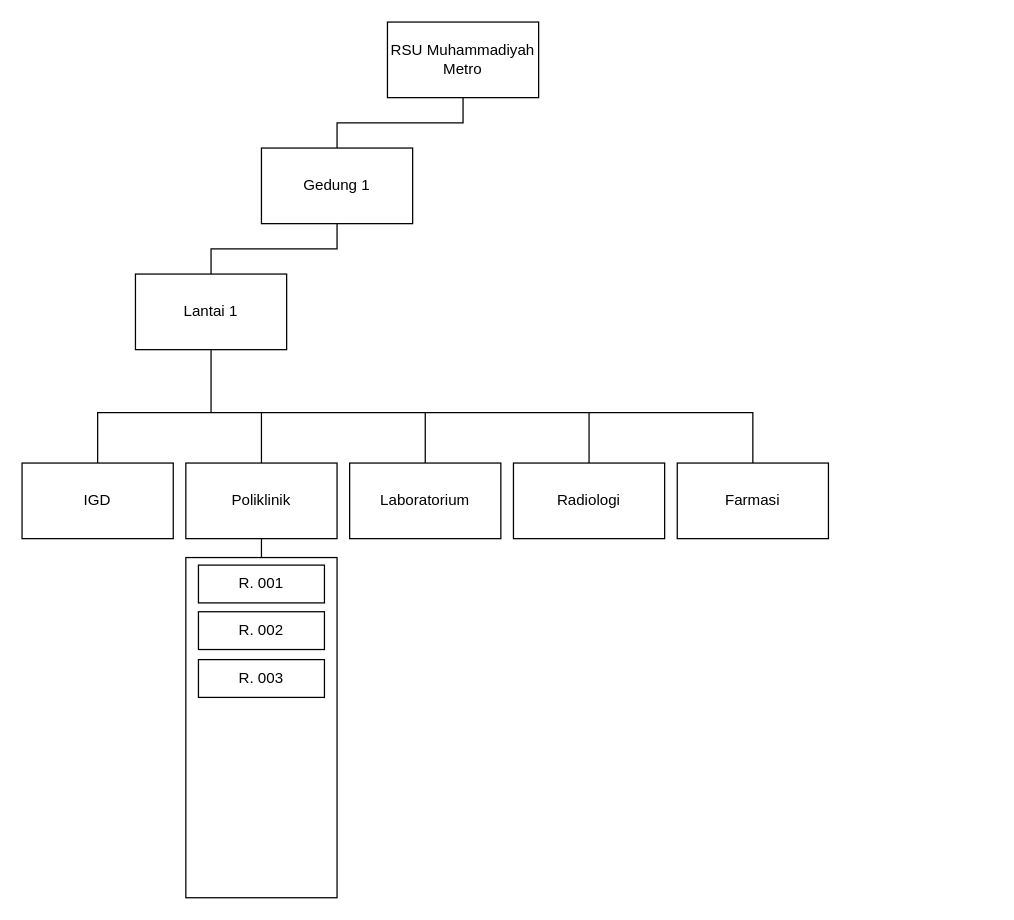
rezaandreannn/bridging-ss keeps this draw.io diagram as page "location" (2 of 2) of organization.drawio. Above is the earlier version. Source tidied: cells renumbered, new cells numbered last; positions are measured from the earlier drawing's top-left corner, leaving out a move shared by most shapes. Both pictures are drawn from the tidied source at 126%, with x=0, y=0 at pixel (21, 21).
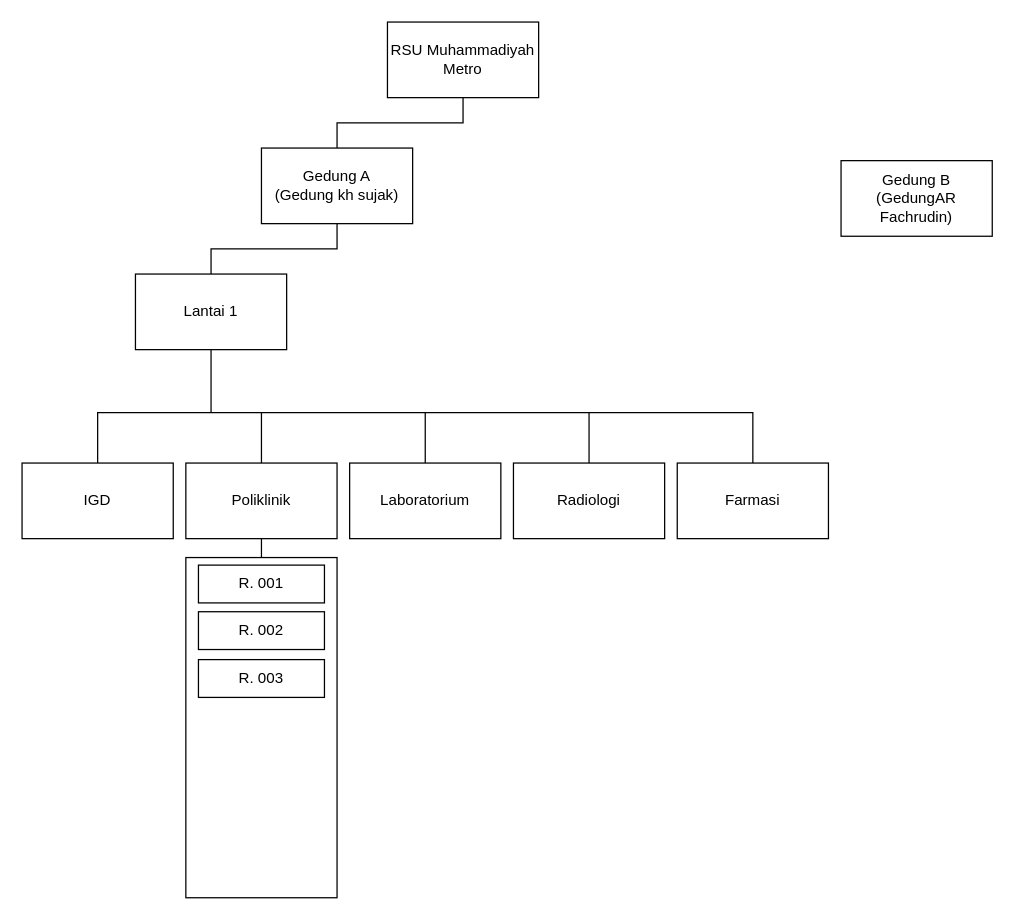
The same diagram, later.

Diff of the diagram source:
```diff
@@
-    <mxCell id="13" value="Gedung 1" style="rounded=0;whiteSpace=wrap;html=1;" parent="1" vertex="1">
+    <mxCell id="13" value="Gedung A&lt;div&gt;(Gedung kh sujak)&lt;/div&gt;" style="rounded=0;whiteSpace=wrap;html=1;" parent="1" vertex="1">
       <mxGeometry x="190" y="100" width="120" height="60" as="geometry" />
     </mxCell>
@@
+    <mxCell id="22" value="Gedung B&lt;div&gt;(GedungAR Fachrudin)&lt;/div&gt;" style="rounded=0;whiteSpace=wrap;html=1;" parent="1" vertex="1">
+      <mxGeometry x="650" y="110" width="120" height="60" as="geometry" />
+    </mxCell>
```
